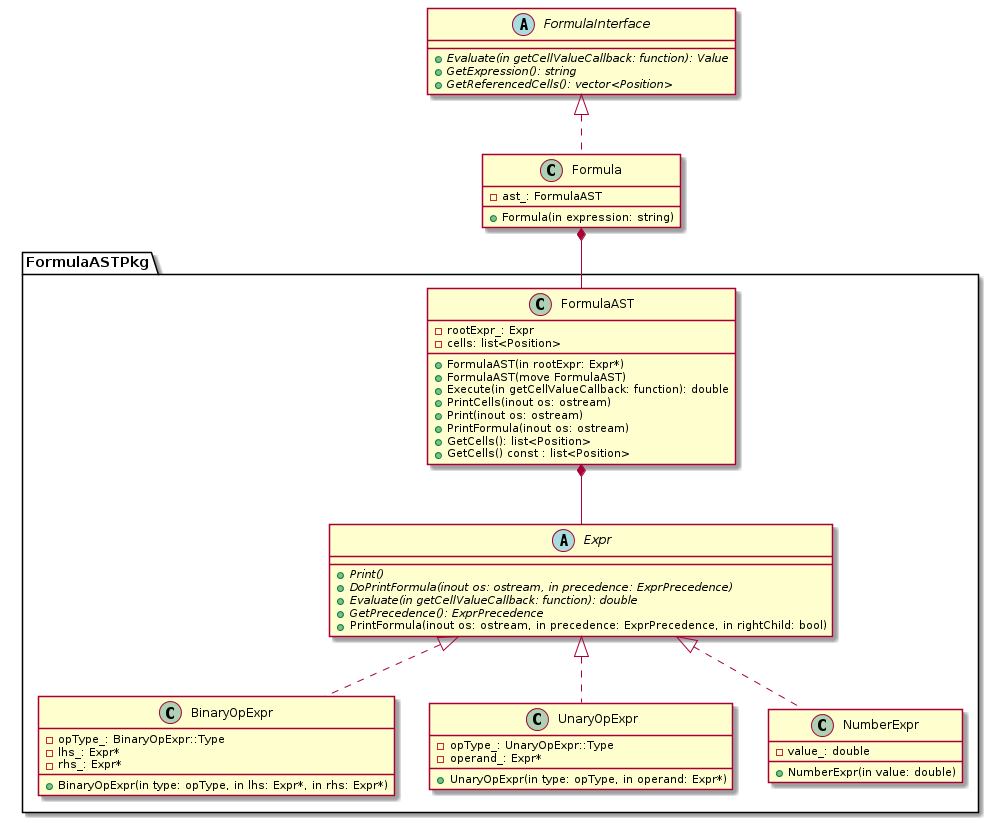
Earlier version of the PlantUML export uml/png/formula.png (kazarynau/YandexPraktikumFinal).
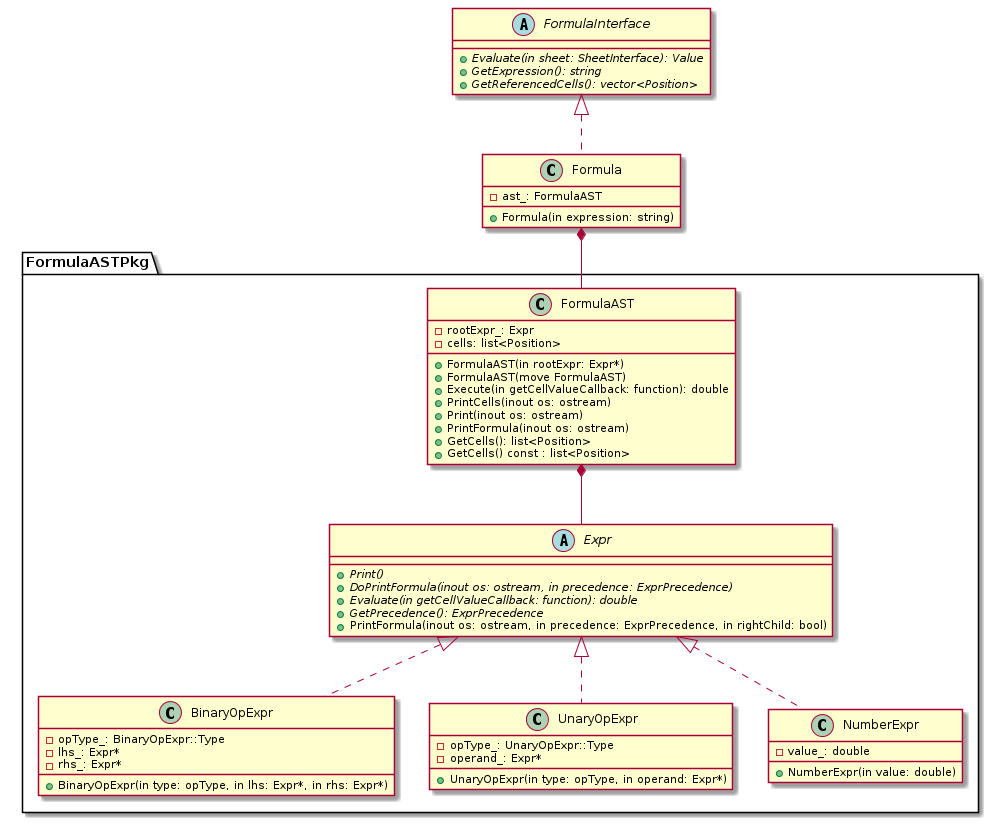
After the commit.

The edit, as a diff of the source:
```diff
@@ -51,7 +51,7 @@
 }
 
 abstract class FormulaInterface {
-    +{abstract} Evaluate(in getCellValueCallback: function): Value
+    +{abstract} Evaluate(in sheet: SheetInterface): Value
     +{abstract} GetExpression(): string
     +{abstract} GetReferencedCells(): vector<Position>
 }
```
